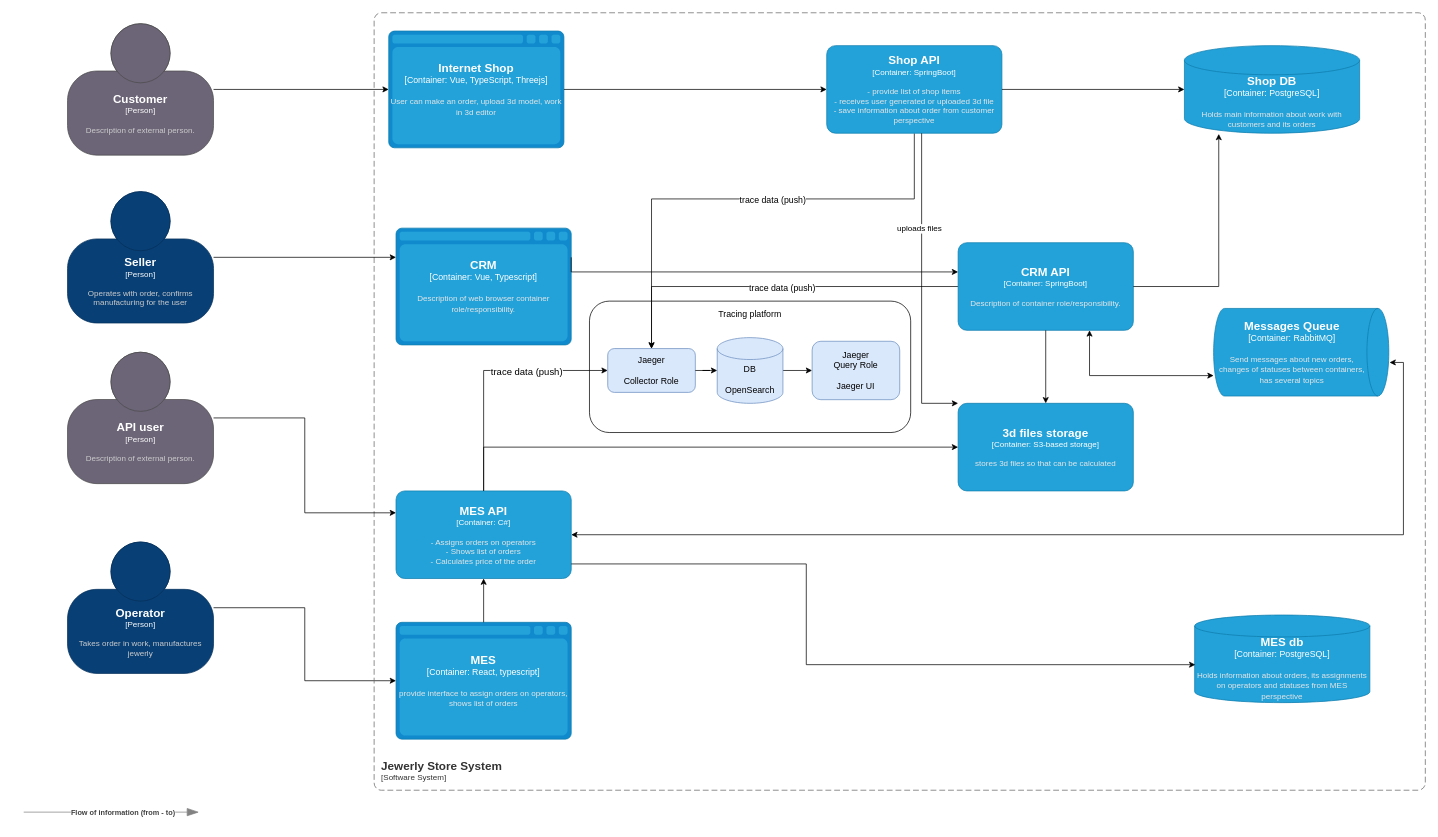
The draw.io diagram Task3/jewerly_c4_model.drawio in ayakhont/architecture-alexandrite, before the edit. Source tidied: cells renumbered, new cells numbered last; positions are measured from the earlier drawing's top-left corner, leaving out a move shared by most shapes. Both pictures are drawn from the tidied source at 73%, with x=0, y=0 at pixel (23, 12).
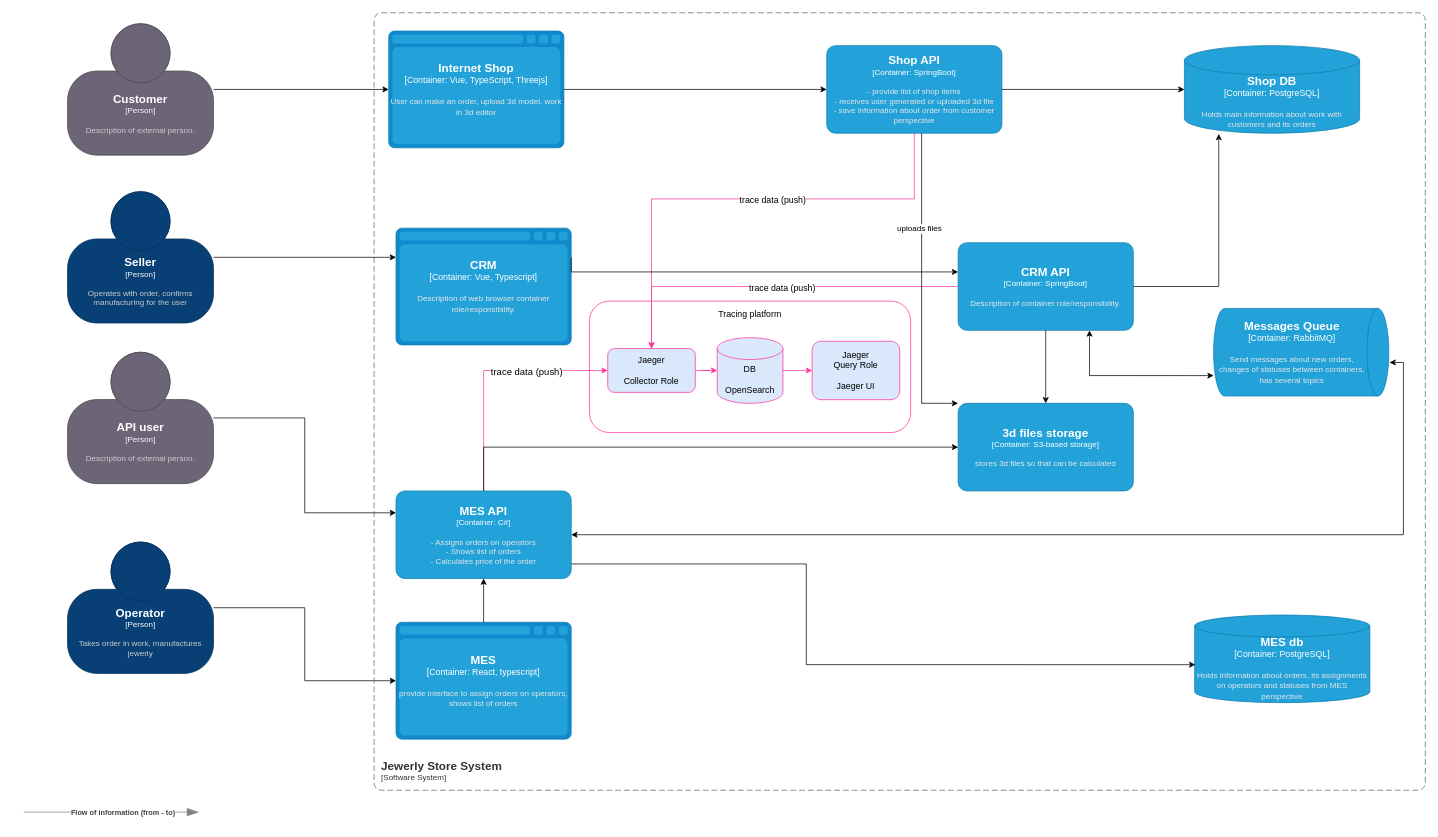
Above is the later version.

Commit message (it also covers changes not shown here):
task 4 completed

Unchanged cells that the change refers to:
```xml
<object id="5" label="&lt;font style=&quot;font-size: 16px&quot;&gt;&lt;b&gt;%c4Name%&lt;/b&gt;&lt;/font&gt;&lt;div&gt;[%c4Type%: %c4Technology%]&lt;/div&gt;&lt;br&gt;&lt;div&gt;&lt;font style=&quot;font-size: 11px&quot;&gt;&lt;font color=&quot;#E6E6E6&quot;&gt;%c4Description%&lt;/font&gt;&lt;/div&gt;" c4Description="- Assigns orders on operators&#10;- Shows list of orders&#10;- Calculates price of the order" c4Name="MES API" c4Technology="C#" c4Type="Container" placeholders="1">
  <mxCell style="rounded=1;whiteSpace=wrap;html=1;fontSize=11;labelBackgroundColor=none;fillColor=#23A2D9;fontColor=#ffffff;align=center;arcSize=10;strokeColor=#0E7DAD;points=[[0.25,0,0],[0.5,0,0],[0.75,0,0],[1,0.25,0],[1,0.5,0],[1,0.75,0],[0.75,1,0],[0.5,1,0],[0.25,1,0],[0,0.75,0],[0,0.5,0],[0,0.25,0]];" parent="1" vertex="1">
    <mxGeometry x="510" y="655" width="240" height="120" as="geometry" />
  </mxCell>
</object>
<object id="15" label="&lt;font style=&quot;font-size: 16px&quot;&gt;&lt;b&gt;%c4Name%&lt;/b&gt;&lt;/font&gt;&lt;div&gt;[%c4Type%: %c4Technology%]&lt;/div&gt;&lt;br&gt;&lt;div&gt;&lt;font style=&quot;font-size: 11px&quot;&gt;&lt;font color=&quot;#E6E6E6&quot;&gt;%c4Description%&lt;/font&gt;&lt;/div&gt;" c4Description="- provide list of shop items&#10;- receives user generated or uploaded 3d file&#10;- save information about order from customer perspective&#10;" c4Name="Shop API" c4Technology="SpringBoot" c4Type="Container" placeholders="1">
  <mxCell style="rounded=1;whiteSpace=wrap;html=1;fontSize=11;labelBackgroundColor=none;fillColor=#23A2D9;fontColor=#ffffff;align=center;arcSize=10;strokeColor=#0E7DAD;points=[[0.25,0,0],[0.5,0,0],[0.75,0,0],[1,0.25,0],[1,0.5,0],[1,0.75,0],[0.75,1,0],[0.5,1,0],[0.25,1,0],[0,0.75,0],[0,0.5,0],[0,0.25,0]];" parent="1" vertex="1">
    <mxGeometry x="1100" y="45" width="240" height="120" as="geometry" />
  </mxCell>
</object>
<object id="19" label="&lt;font style=&quot;font-size: 16px&quot;&gt;&lt;b&gt;%c4Name%&lt;/b&gt;&lt;/font&gt;&lt;div&gt;[%c4Type%: %c4Technology%]&lt;/div&gt;&lt;br&gt;&lt;div&gt;&lt;font style=&quot;font-size: 11px&quot;&gt;&lt;font color=&quot;#E6E6E6&quot;&gt;%c4Description%&lt;/font&gt;&lt;/div&gt;" c4Description="Description of container role/responsibility." c4Name="CRM API" c4Technology="SpringBoot" c4Type="Container" placeholders="1">
  <mxCell style="rounded=1;whiteSpace=wrap;html=1;fontSize=11;labelBackgroundColor=none;fillColor=#23A2D9;fontColor=#ffffff;align=center;arcSize=10;strokeColor=#0E7DAD;points=[[0.25,0,0],[0.5,0,0],[0.75,0,0],[1,0.25,0],[1,0.5,0],[1,0.75,0],[0.75,1,0],[0.5,1,0],[0.25,1,0],[0,0.75,0],[0,0.5,0],[0,0.25,0]];" parent="1" vertex="1">
    <mxGeometry x="1280" y="315" width="240" height="120" as="geometry" />
  </mxCell>
</object>
```

What changed in the source:
```diff
@@
-    <mxCell id="2" value="Tracing platform&lt;br&gt;&lt;br&gt;&lt;br&gt;&lt;br&gt;&lt;br&gt;&lt;br&gt;&lt;br&gt;&lt;br&gt;&lt;br&gt;&lt;br&gt;&amp;nbsp;" style="rounded=1;whiteSpace=wrap;html=1;" parent="1" vertex="1">
+    <mxCell id="2" value="Tracing platform&lt;br&gt;&lt;br&gt;&lt;br&gt;&lt;br&gt;&lt;br&gt;&lt;br&gt;&lt;br&gt;&lt;br&gt;&lt;br&gt;&lt;br&gt;&amp;nbsp;" style="rounded=1;whiteSpace=wrap;html=1;strokeColor=#FF3399;" parent="1" vertex="1">
       <mxGeometry x="775" y="395" width="440" height="180" as="geometry" />
     </mxCell>
-    <mxCell id="3" style="edgeStyle=orthogonalEdgeStyle;rounded=0;jettySize=auto;html=1;entryX=0;entryY=0.5;entryDx=0;entryDy=0;exitX=0.5;exitY=0;exitDx=0;exitDy=0;exitPerimeter=0;" parent="1" edge="1" source="5" target="41">
+    <mxCell id="3" style="edgeStyle=orthogonalEdgeStyle;rounded=0;jettySize=auto;html=1;entryX=0;entryY=0.5;entryDx=0;entryDy=0;exitX=0.5;exitY=0;exitDx=0;exitDy=0;exitPerimeter=0;strokeColor=#FF3399;" parent="1" edge="1" source="5" target="41">
       <mxGeometry relative="1" as="geometry" />
     </mxCell>
@@
-    <mxCell id="13" style="edgeStyle=orthogonalEdgeStyle;rounded=0;jettySize=auto;html=1;entryX=0.5;entryY=0;entryDx=0;entryDy=0;" parent="1" edge="1" source="15" target="41">
+    <mxCell id="13" style="edgeStyle=orthogonalEdgeStyle;rounded=0;jettySize=auto;html=1;entryX=0.5;entryY=0;entryDx=0;entryDy=0;strokeColor=#FF3399;" parent="1" edge="1" source="15" target="41">
       <mxGeometry relative="1" as="geometry">
         <Array as="points">
           <mxPoint x="1220" y="255" />
           <mxPoint x="860" y="255" />
         </Array>
       </mxGeometry>
     </mxCell>
@@
-    <mxCell id="17" style="edgeStyle=orthogonalEdgeStyle;rounded=0;jettySize=auto;html=1;" parent="1" edge="1" source="19" target="41">
+    <mxCell id="17" style="edgeStyle=orthogonalEdgeStyle;rounded=0;jettySize=auto;html=1;strokeColor=#FF3399;" parent="1" edge="1" source="19" target="41">
       <mxGeometry relative="1" as="geometry" />
     </mxCell>
@@
-    <mxCell id="41" value="Jaeger&lt;br&gt;&lt;br&gt;Collector Role" style="rounded=1;whiteSpace=wrap;html=1;fillColor=#dae8fc;strokeColor=#6c8ebf;" parent="1" vertex="1">
+    <mxCell id="41" value="Jaeger&lt;br&gt;&lt;br&gt;Collector Role" style="rounded=1;whiteSpace=wrap;html=1;fillColor=#dae8fc;strokeColor=#FF3399;" parent="1" vertex="1">
       <mxGeometry x="800" y="460" width="120" height="60" as="geometry" />
     </mxCell>
-    <mxCell id="42" style="edgeStyle=orthogonalEdgeStyle;rounded=0;jettySize=auto;html=1;entryX=0;entryY=0.5;entryDx=0;entryDy=0;" parent="1" edge="1" source="43" target="44">
+    <mxCell id="42" style="edgeStyle=orthogonalEdgeStyle;rounded=0;jettySize=auto;html=1;entryX=0;entryY=0.5;entryDx=0;entryDy=0;strokeColor=#FF3399;" parent="1" edge="1" source="43" target="44">
       <mxGeometry relative="1" as="geometry" />
     </mxCell>
-    <mxCell id="43" value="DB&lt;br&gt;&lt;br&gt;OpenSearch" style="shape=cylinder3;whiteSpace=wrap;html=1;boundedLbl=1;backgroundOutline=1;size=15;fillColor=#dae8fc;strokeColor=#6c8ebf;" parent="1" vertex="1">
+    <mxCell id="43" value="DB&lt;br&gt;&lt;br&gt;OpenSearch" style="shape=cylinder3;whiteSpace=wrap;html=1;boundedLbl=1;backgroundOutline=1;size=15;fillColor=#dae8fc;strokeColor=#FF3399;" parent="1" vertex="1">
       <mxGeometry x="950" y="445" width="90" height="90" as="geometry" />
     </mxCell>
-    <mxCell id="44" value="Jaeger&lt;br&gt;Query Role&lt;br&gt;&lt;br&gt;Jaeger UI" style="rounded=1;whiteSpace=wrap;html=1;fillColor=#dae8fc;strokeColor=#6c8ebf;" parent="1" vertex="1">
+    <mxCell id="44" value="Jaeger&lt;br&gt;Query Role&lt;br&gt;&lt;br&gt;Jaeger UI" style="rounded=1;whiteSpace=wrap;html=1;fillColor=#dae8fc;strokeColor=#FF3399;" parent="1" vertex="1">
       <mxGeometry x="1080" y="450" width="120" height="80" as="geometry" />
     </mxCell>
-    <mxCell id="45" style="edgeStyle=orthogonalEdgeStyle;rounded=0;jettySize=auto;html=1;entryX=0;entryY=0.5;entryDx=0;entryDy=0;entryPerimeter=0;" parent="1" edge="1" source="41" target="43">
+    <mxCell id="45" style="edgeStyle=orthogonalEdgeStyle;rounded=0;jettySize=auto;html=1;entryX=0;entryY=0.5;entryDx=0;entryDy=0;entryPerimeter=0;strokeColor=#FF3399;" parent="1" edge="1" source="41" target="43">
       <mxGeometry relative="1" as="geometry" />
     </mxCell>
```
